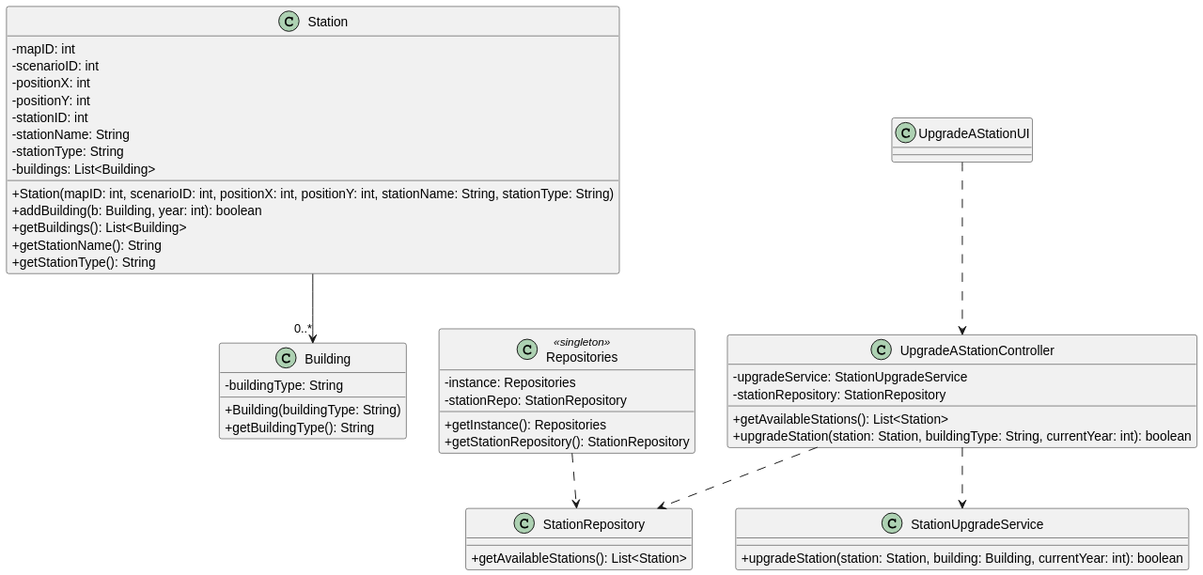
ivasduarte/all-aboard keeps this PlantUML diagram as docs/sprint2/us006/03.design/svg/us006-class-diagram.svg. Above is the earlier version.
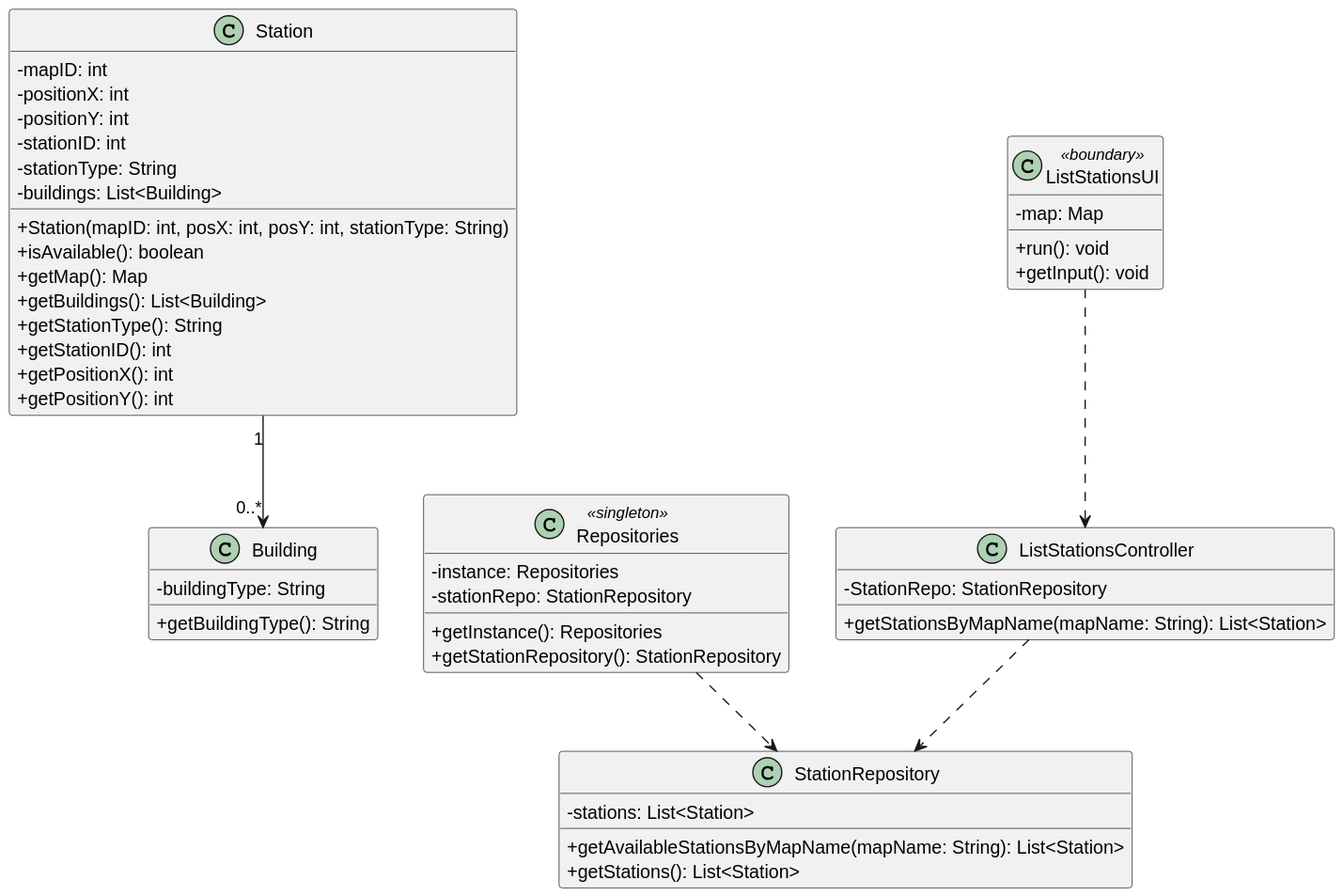
The same diagram one commit later.

What changed in the source:
```diff
@@ -5,37 +5,41 @@
 
 class Station {
   - mapID: int
-  - scenarioID: int
   - positionX: int
   - positionY: int
   - stationID: int
-  - stationName: String
   - stationType: String
   - buildings: List<Building>
-  + Station(mapID: int, scenarioID: int, positionX: int, positionY: int, stationName: String, stationType: String)
-  + addBuilding(b: Building, year: int): boolean
+  + Station(mapID: int, posX: int, posY: int, stationType: String)
+  + isAvailable(): boolean
+  + getMap(): Map
   + getBuildings(): List<Building>
-  + getStationName(): String
   + getStationType(): String
+  + getStationID(): int
+  + getPositionX(): int
+  + getPositionY(): int
 }
 
 class Building {
   - buildingType: String
-  + Building(buildingType: String)
   + getBuildingType(): String
 }
 
-class StationUpgradeService {
-  + upgradeStation(station: Station, building: Building, currentYear: int): boolean
+class ListStationsController {
+  - StationRepo: StationRepository
+  + getStationsByMapName(mapName: String): List<Station>
 }
 
-class UpgradeAStationUI
+class ListStationsUI <<boundary>> {
+  - map: Map
+  + run(): void
+  + getInput(): void
+}
 
-class UpgradeAStationController {
-  - upgradeService: StationUpgradeService
-  - stationRepository: StationRepository
-  + getAvailableStations(): List<Station>
-  + upgradeStation(station: Station, buildingType: String, currentYear: int): boolean
+class StationRepository {
+  - stations: List<Station>
+  + getAvailableStationsByMapName(mapName: String): List<Station>
+  + getStations(): List<Station>
 }
 
 class Repositories <<singleton>> {
@@ -45,13 +49,8 @@
   + getStationRepository(): StationRepository
 }
 
-class StationRepository {
-  + getAvailableStations(): List<Station>
-}
-
-UpgradeAStationUI ..> UpgradeAStationController
-UpgradeAStationController ..> StationUpgradeService
-UpgradeAStationController ..> StationRepository
+ListStationsUI ..> ListStationsController
+ListStationsController ..> StationRepository
 Repositories ..> StationRepository
-Station --> "0..*" Building
+Station "1" --> "0..*" Building
 @enduml
```
